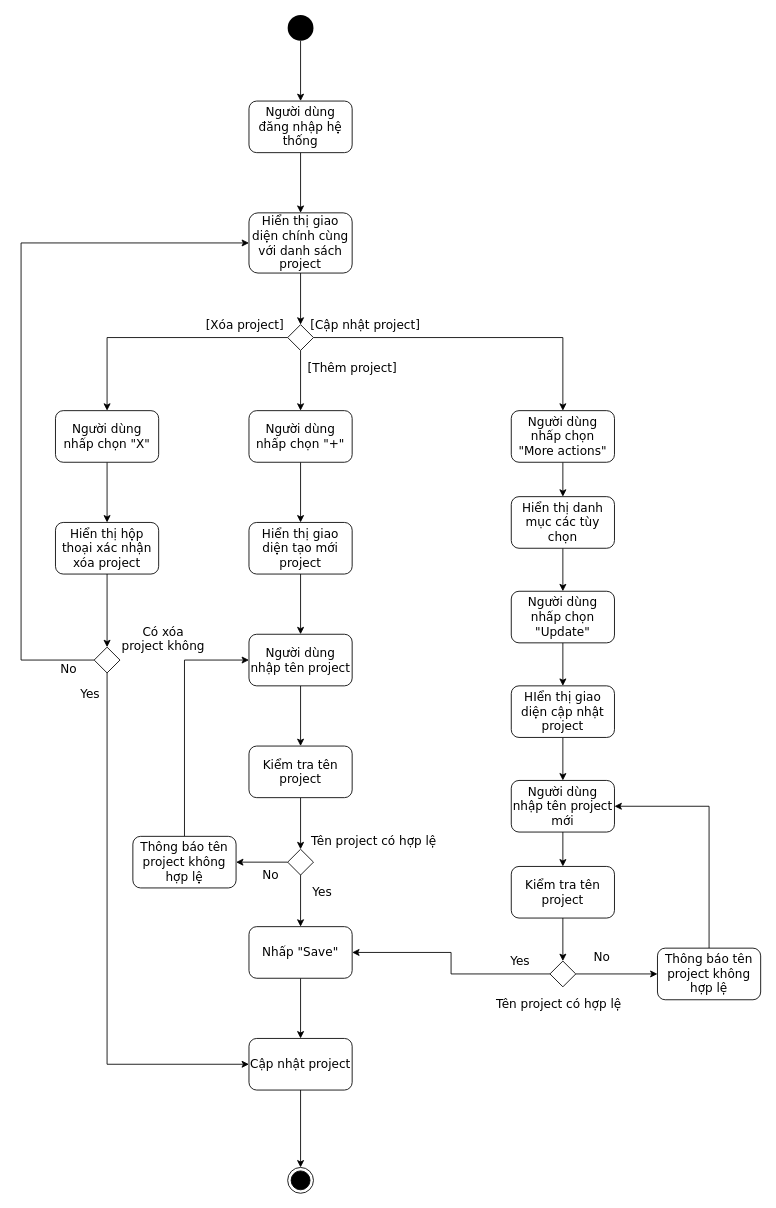
Merevoli-DatLuu/To-Do-App keeps this draw.io diagram as ToDoApp-Doc/Document/Diagram/Activity Diagram/ManageProject/ManageProject_ActivityDiagram.drawio. Above is the earlier version. Source tidied: cells renumbered, new cells numbered last; positions are measured from the earlier drawing's top-left corner, leaving out a move shared by most shapes. Both pictures are drawn from the tidied source at 86%, with x=0, y=0 at pixel (21, 15).
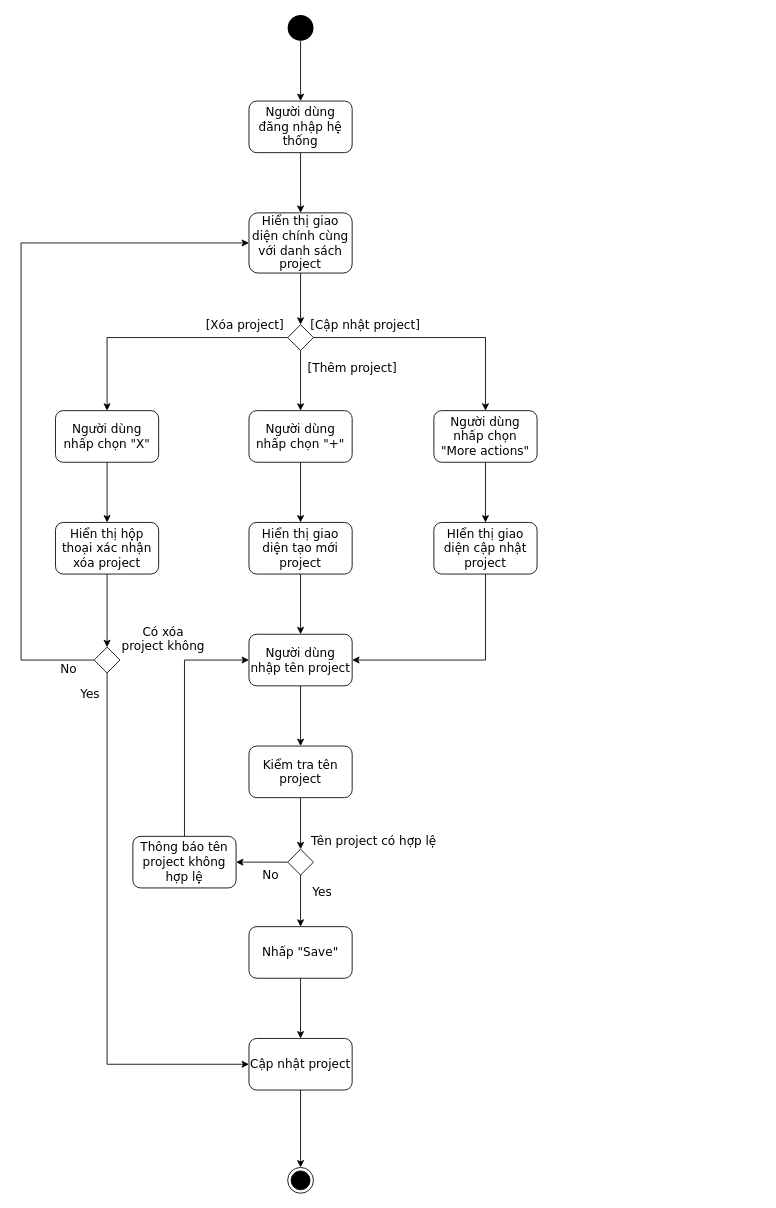
The same page after the edit.

Commit message (it also covers changes not shown here):
[Document, Modified]: ManageProject Activity diagram

Unchanged cells that the change refers to:
```xml
<mxCell id="18" value="Người dùng nhập tên project" style="rounded=1;whiteSpace=wrap;html=1;fontFamily=Verdana;fontSize=14;" parent="1" vertex="1">
  <mxGeometry x="265" y="720" width="120" height="60" as="geometry" />
</mxCell>
<mxCell id="29" value="Nhấp &quot;Save&quot;" style="rounded=1;whiteSpace=wrap;html=1;fontFamily=Verdana;fontSize=14;" parent="1" vertex="1">
  <mxGeometry x="265" y="1060" width="120" height="60" as="geometry" />
</mxCell>
```

What changed in the source:
```diff
@@
-    <mxCell id="45" style="edgeStyle=orthogonalEdgeStyle;rounded=0;jettySize=auto;html=1;fontFamily=Verdana;fontSize=14;" parent="1" edge="1" source="46" target="49">
+    <mxCell id="45" style="edgeStyle=orthogonalEdgeStyle;rounded=0;jettySize=auto;html=1;fontFamily=Verdana;fontSize=14;entryX=0.5;entryY=0;entryDx=0;entryDy=0;" parent="1" edge="1" source="46" target="53">
       <mxGeometry relative="1" as="geometry" />
     </mxCell>
     <mxCell id="46" value="Người dùng nhấp chọn &quot;More actions&quot;" style="rounded=1;whiteSpace=wrap;html=1;fontFamily=Verdana;fontSize=14;" parent="1" vertex="1">
-      <mxGeometry x="570" y="460" width="120" height="60" as="geometry" />
+      <mxGeometry x="480" y="460" width="120" height="60" as="geometry" />
     </mxCell>
@@
-    <mxCell id="48" style="edgeStyle=orthogonalEdgeStyle;rounded=0;jettySize=auto;html=1;fontFamily=Verdana;fontSize=14;" parent="1" edge="1" source="49" target="51">
-      <mxGeometry relative="1" as="geometry" />
+    <mxCell id="48" style="edgeStyle=orthogonalEdgeStyle;rounded=0;orthogonalLoop=1;jettySize=auto;html=1;fontFamily=Verdana;fontSize=14;" parent="1" edge="1">
+      <mxGeometry relative="1" as="geometry">
+        <mxPoint x="630" y="620" as="sourcePoint" />
+      </mxGeometry>
     </mxCell>
-    <mxCell id="49" value="Hiển thị danh mục các tùy chọn" style="rounded=1;whiteSpace=wrap;html=1;fontFamily=Verdana;fontSize=14;" parent="1" vertex="1">
-      <mxGeometry x="570" y="560" width="120" height="60" as="geometry" />
-    </mxCell>
-    <mxCell id="50" style="edgeStyle=orthogonalEdgeStyle;rounded=0;jettySize=auto;html=1;entryX=0.5;entryY=0;entryDx=0;entryDy=0;fontFamily=Verdana;fontSize=14;" parent="1" edge="1" source="51" target="53">
-      <mxGeometry relative="1" as="geometry" />
-    </mxCell>
-    <mxCell id="51" value="Người dùng nhấp chọn &quot;Update&quot;" style="rounded=1;whiteSpace=wrap;html=1;fontFamily=Verdana;fontSize=14;" parent="1" vertex="1">
-      <mxGeometry x="570" y="670" width="120" height="60" as="geometry" />
-    </mxCell>
-    <mxCell id="52" style="edgeStyle=orthogonalEdgeStyle;rounded=0;jettySize=auto;html=1;fontFamily=Verdana;fontSize=14;" parent="1" edge="1" source="53" target="55">
-      <mxGeometry relative="1" as="geometry" />
-    </mxCell>
+    <mxCell id="66" style="edgeStyle=orthogonalEdgeStyle;rounded=0;jettySize=auto;html=1;entryX=1;entryY=0.5;entryDx=0;entryDy=0;" parent="1" edge="1" source="53" target="18">
+      <mxGeometry relative="1" as="geometry">
+        <Array as="points">
+          <mxPoint x="540" y="750" />
+        </Array>
+      </mxGeometry>
+    </mxCell>
     <mxCell id="53" value="HIển thị giao diện cập nhật project" style="rounded=1;whiteSpace=wrap;html=1;fontFamily=Verdana;fontSize=14;" parent="1" vertex="1">
-      <mxGeometry x="570" y="780" width="120" height="60" as="geometry" />
+      <mxGeometry x="480" y="590" width="120" height="60" as="geometry" />
     </mxCell>
-    <mxCell id="54" style="edgeStyle=orthogonalEdgeStyle;rounded=0;jettySize=auto;html=1;fontFamily=Verdana;fontSize=14;" parent="1" edge="1" source="55" target="63">
-      <mxGeometry relative="1" as="geometry" />
-    </mxCell>
-    <mxCell id="55" value="Người dùng nhập tên project mới" style="rounded=1;whiteSpace=wrap;html=1;fontFamily=Verdana;fontSize=14;" parent="1" vertex="1">
-      <mxGeometry x="570" y="890" width="120" height="60" as="geometry" />
-    </mxCell>
-    <mxCell id="56" style="edgeStyle=orthogonalEdgeStyle;rounded=0;jettySize=auto;html=1;entryX=0;entryY=0.5;entryDx=0;entryDy=0;fontFamily=Verdana;fontSize=14;" parent="1" edge="1" source="58" target="61">
-      <mxGeometry relative="1" as="geometry" />
-    </mxCell>
-    <mxCell id="57" style="edgeStyle=orthogonalEdgeStyle;rounded=0;jettySize=auto;html=1;entryX=1;entryY=0.5;entryDx=0;entryDy=0;fontFamily=Verdana;fontSize=14;" parent="1" edge="1" source="58" target="29">
-      <mxGeometry relative="1" as="geometry" />
-    </mxCell>
-    <mxCell id="58" style="rhombus;whiteSpace=wrap;html=1;fontFamily=Verdana;fontSize=14;" parent="1" vertex="1">
-      <mxGeometry x="615" y="1100" width="30" height="30" as="geometry" />
-    </mxCell>
-    <mxCell id="59" value="Tên project có hợp lệ" style="text;html=1;align=center;verticalAlign=middle;fontFamily=Verdana;fontSize=14;" parent="1" vertex="1">
-      <mxGeometry x="545" y="1140" width="160" height="20" as="geometry" />
-    </mxCell>
-    <mxCell id="60" style="edgeStyle=orthogonalEdgeStyle;rounded=0;jettySize=auto;html=1;entryX=1;entryY=0.5;entryDx=0;entryDy=0;fontFamily=Verdana;fontSize=14;" parent="1" edge="1" source="61" target="55">
-      <mxGeometry relative="1" as="geometry">
-        <Array as="points">
-          <mxPoint x="800" y="920" />
-        </Array>
-      </mxGeometry>
-    </mxCell>
-    <mxCell id="61" value="Thông báo tên project không hợp lệ" style="rounded=1;whiteSpace=wrap;html=1;fontFamily=Verdana;fontSize=14;" parent="1" vertex="1">
-      <mxGeometry x="740" y="1085" width="120" height="60" as="geometry" />
-    </mxCell>
-    <mxCell id="62" style="edgeStyle=orthogonalEdgeStyle;rounded=0;jettySize=auto;html=1;entryX=0.5;entryY=0;entryDx=0;entryDy=0;fontFamily=Verdana;fontSize=14;" parent="1" edge="1" source="63" target="58">
-      <mxGeometry relative="1" as="geometry" />
-    </mxCell>
-    <mxCell id="63" value="Kiểm tra tên project" style="rounded=1;whiteSpace=wrap;html=1;fontFamily=Verdana;fontSize=14;" parent="1" vertex="1">
-      <mxGeometry x="570" y="990" width="120" height="60" as="geometry" />
-    </mxCell>
-    <mxCell id="64" value="No" style="text;html=1;align=center;verticalAlign=middle;fontFamily=Verdana;fontSize=14;" parent="1" vertex="1">
-      <mxGeometry x="660" y="1085" width="30" height="20" as="geometry" />
-    </mxCell>
-    <mxCell id="65" value="Yes" style="text;html=1;align=center;verticalAlign=middle;fontFamily=Verdana;fontSize=14;" parent="1" vertex="1">
-      <mxGeometry x="560" y="1090" width="40" height="20" as="geometry" />
-    </mxCell>
```
